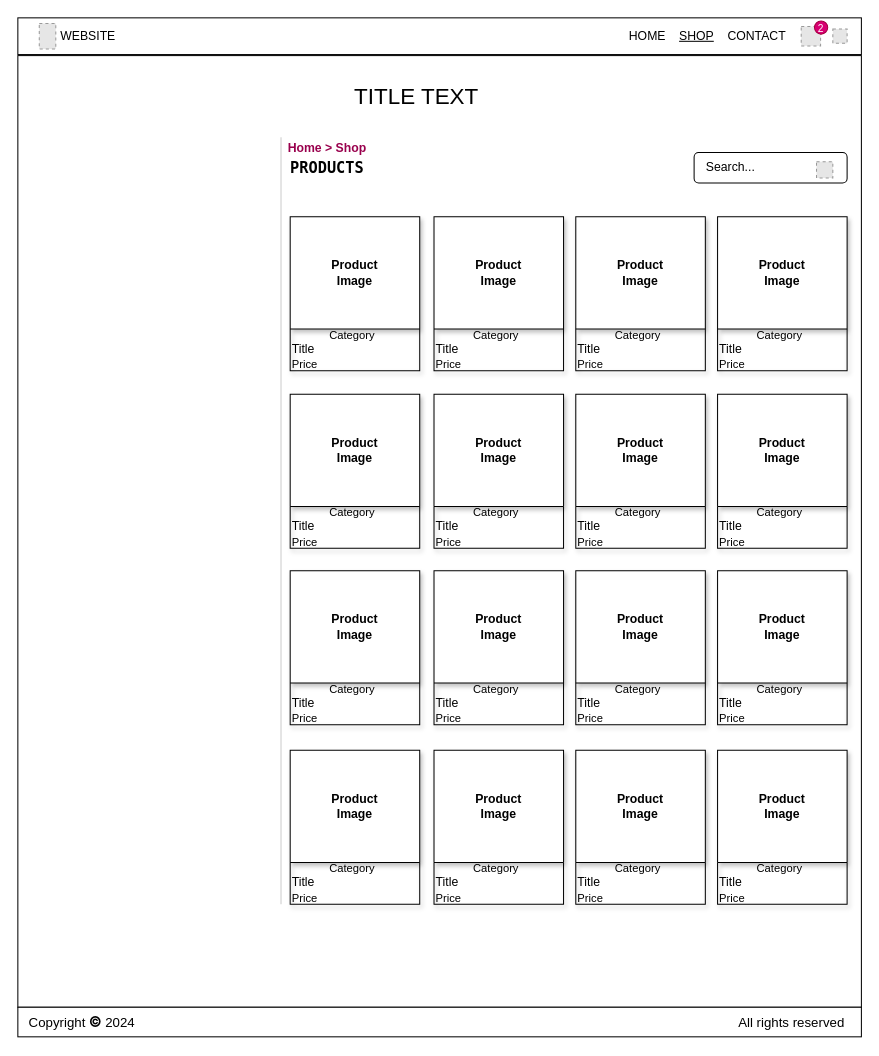
Before: page "Product Catalog Page" (6 of 6) of Wireframes.drawio in ayushi1719/ecommerce, a draw.io diagram. Source tidied: cells renumbered, new cells numbered last; positions are measured from the earlier drawing's top-left corner, leaving out a move shared by most shapes. Both pictures are drawn from the tidied source at 102%, with x=0, y=0 at pixel (17, 17). Pictures stored in the file or linked from it are replaced by grey dashed boxes.
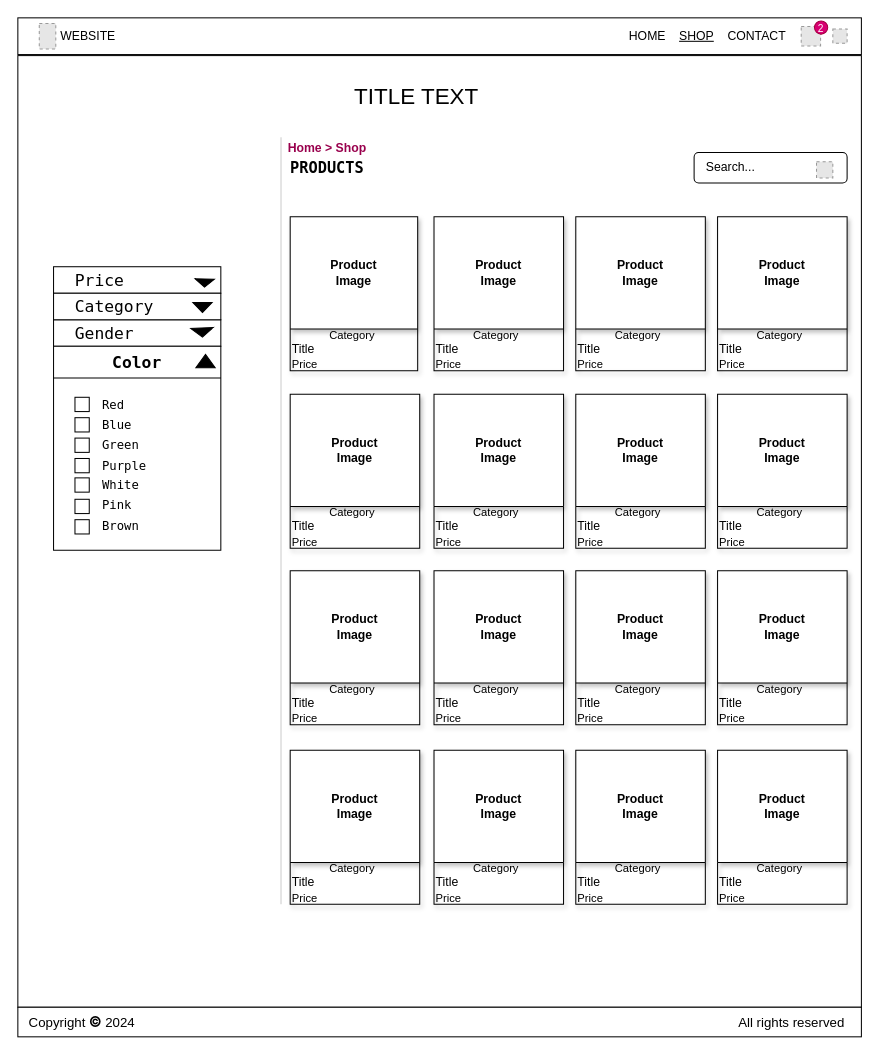
The same diagram, later.

Change to the diagram source:
```diff
@@
     <mxCell id="18" value="Product&lt;div&gt;Image&lt;/div&gt;" style="swimlane;whiteSpace=wrap;html=1;startSize=110;shadow=1;" parent="1" vertex="1">
-      <mxGeometry x="267" y="195" width="127" height="151" as="geometry" />
+      <mxGeometry x="267" y="195" width="125" height="151" as="geometry" />
     </mxCell>
@@
+    <mxCell id="48" value="&lt;font face=&quot;Lucida Console&quot; style=&quot;font-size: 16px;&quot;&gt;&amp;nbsp; Price&lt;/font&gt;" style="rounded=0;whiteSpace=wrap;html=1;align=left;" parent="1" vertex="1">
+      <mxGeometry x="35" y="244" width="164" height="26" as="geometry" />
+    </mxCell>
+    <mxCell id="49" value="&lt;font face=&quot;Lucida Console&quot; style=&quot;font-size: 16px;&quot;&gt;&amp;nbsp; Gender&lt;/font&gt;" style="rounded=0;whiteSpace=wrap;html=1;align=left;" parent="1" vertex="1">
+      <mxGeometry x="35" y="296" width="164" height="26" as="geometry" />
+    </mxCell>
+    <mxCell id="50" value="&lt;font face=&quot;Lucida Console&quot; style=&quot;font-size: 16px;&quot;&gt;&amp;nbsp; Category&lt;/font&gt;" style="rounded=0;whiteSpace=wrap;html=1;align=left;" parent="1" vertex="1">
+      <mxGeometry x="35" y="270" width="164" height="26" as="geometry" />
+    </mxCell>
+    <mxCell id="51" style="shape=mxgraph.arrows2.wedgeArrow;html=1;startWidth=11.11111111111111;fillColor=strokeColor;defaultFillColor=invert;defaultGradientColor=invert;rounded=0;" parent="1" edge="1">
+      <mxGeometry relative="1" as="geometry">
+        <mxPoint x="180.6" y="304" as="sourcePoint" />
+        <mxPoint x="181" y="313" as="targetPoint" />
+        <Array as="points">
+          <mxPoint x="253" y="386" />
+        </Array>
+      </mxGeometry>
+    </mxCell>
+    <mxCell id="52" style="shape=mxgraph.arrows2.wedgeArrow;html=1;startWidth=9.473684210526319;fillColor=strokeColor;defaultFillColor=invert;defaultGradientColor=invert;rounded=0;fontFamily=Helvetica;fontSize=12;fontColor=default;" parent="1" edge="1">
+      <mxGeometry relative="1" as="geometry">
+        <mxPoint x="183.2" y="256" as="sourcePoint" />
+        <mxPoint x="183" y="264" as="targetPoint" />
+      </mxGeometry>
+    </mxCell>
+    <mxCell id="53" style="shape=mxgraph.arrows2.wedgeArrow;html=1;startWidth=9.473684210526319;fillColor=strokeColor;defaultFillColor=invert;defaultGradientColor=invert;rounded=0;fontFamily=Helvetica;fontSize=12;fontColor=default;" parent="1" edge="1">
+      <mxGeometry relative="1" as="geometry">
+        <mxPoint x="181" y="279" as="sourcePoint" />
+        <mxPoint x="181" y="289" as="targetPoint" />
+      </mxGeometry>
+    </mxCell>
+    <mxCell id="54" value="&lt;font style=&quot;font-size: 16px;&quot; face=&quot;Lucida Console&quot;&gt;Color&lt;/font&gt;" style="swimlane;whiteSpace=wrap;html=1;startSize=31;" parent="1" vertex="1">
+      <mxGeometry x="35" y="322" width="164" height="200" as="geometry" />
+    </mxCell>
+    <mxCell id="55" style="whiteSpace=wrap;html=1;" parent="54" vertex="1">
+      <mxGeometry x="21" y="90" width="14" height="14" as="geometry" />
+    </mxCell>
+    <mxCell id="56" style="whiteSpace=wrap;html=1;" parent="54" vertex="1">
+      <mxGeometry x="21" y="110" width="14" height="14" as="geometry" />
+    </mxCell>
+    <mxCell id="57" style="whiteSpace=wrap;html=1;" parent="54" vertex="1">
+      <mxGeometry x="21" y="129" width="14" height="14" as="geometry" />
+    </mxCell>
+    <mxCell id="58" style="whiteSpace=wrap;html=1;" parent="54" vertex="1">
+      <mxGeometry x="21" y="150" width="14" height="14" as="geometry" />
+    </mxCell>
+    <mxCell id="59" style="whiteSpace=wrap;html=1;" parent="54" vertex="1">
+      <mxGeometry x="21" y="170" width="14" height="14" as="geometry" />
+    </mxCell>
+    <mxCell id="60" value="&lt;span style=&quot;font-family: &amp;quot;Lucida Console&amp;quot;;&quot;&gt;Red&lt;/span&gt;" style="text;strokeColor=none;align=left;fillColor=none;html=1;verticalAlign=middle;whiteSpace=wrap;rounded=0;" parent="54" vertex="1">
+      <mxGeometry x="46" y="49" width="96" height="17" as="geometry" />
+    </mxCell>
+    <mxCell id="61" value="&lt;span style=&quot;font-family: &amp;quot;Lucida Console&amp;quot;;&quot;&gt;Blue&lt;/span&gt;" style="text;strokeColor=none;align=left;fillColor=none;html=1;verticalAlign=middle;whiteSpace=wrap;rounded=0;" parent="54" vertex="1">
+      <mxGeometry x="46" y="69" width="96" height="17" as="geometry" />
+    </mxCell>
+    <mxCell id="62" value="&lt;span style=&quot;font-family: &amp;quot;Lucida Console&amp;quot;;&quot;&gt;Green&lt;/span&gt;" style="text;strokeColor=none;align=left;fillColor=none;html=1;verticalAlign=middle;whiteSpace=wrap;rounded=0;" parent="54" vertex="1">
+      <mxGeometry x="46" y="88.5" width="96" height="17" as="geometry" />
+    </mxCell>
+    <mxCell id="63" value="&lt;span style=&quot;font-family: &amp;quot;Lucida Console&amp;quot;;&quot;&gt;White&lt;/span&gt;" style="text;strokeColor=none;align=left;fillColor=none;html=1;verticalAlign=middle;whiteSpace=wrap;rounded=0;" parent="54" vertex="1">
+      <mxGeometry x="46" y="127.5" width="96" height="17" as="geometry" />
+    </mxCell>
+    <mxCell id="64" value="&lt;span style=&quot;font-family: &amp;quot;Lucida Console&amp;quot;;&quot;&gt;Brown&lt;/span&gt;" style="text;strokeColor=none;align=left;fillColor=none;html=1;verticalAlign=middle;whiteSpace=wrap;rounded=0;" parent="54" vertex="1">
+      <mxGeometry x="46" y="168.5" width="96" height="17" as="geometry" />
+    </mxCell>
+    <mxCell id="65" style="shape=mxgraph.arrows2.wedgeArrow;html=1;startWidth=9.473684210526319;fillColor=strokeColor;defaultFillColor=invert;defaultGradientColor=invert;rounded=0;fontFamily=Helvetica;fontSize=12;fontColor=default;" parent="54" edge="1">
+      <mxGeometry relative="1" as="geometry">
+        <mxPoint x="149" y="21" as="sourcePoint" />
+        <mxPoint x="149" y="8" as="targetPoint" />
+      </mxGeometry>
+    </mxCell>
+    <mxCell id="66" style="whiteSpace=wrap;html=1;" parent="1" vertex="1">
+      <mxGeometry x="56" y="372" width="14" height="14" as="geometry" />
+    </mxCell>
+    <mxCell id="67" style="whiteSpace=wrap;html=1;" parent="1" vertex="1">
+      <mxGeometry x="56" y="392" width="14" height="14" as="geometry" />
+    </mxCell>
+    <mxCell id="68" value="&lt;span style=&quot;font-family: &amp;quot;Lucida Console&amp;quot;;&quot;&gt;Purple&lt;/span&gt;" style="text;strokeColor=none;align=left;fillColor=none;html=1;verticalAlign=middle;whiteSpace=wrap;rounded=0;" parent="1" vertex="1">
+      <mxGeometry x="81" y="431" width="96" height="17" as="geometry" />
+    </mxCell>
+    <mxCell id="69" value="&lt;font face=&quot;Lucida Console&quot;&gt;Pink&lt;/font&gt;" style="text;strokeColor=none;align=left;fillColor=none;html=1;verticalAlign=middle;whiteSpace=wrap;rounded=0;" parent="1" vertex="1">
+      <mxGeometry x="81" y="469" width="96" height="17" as="geometry" />
+    </mxCell>
```
